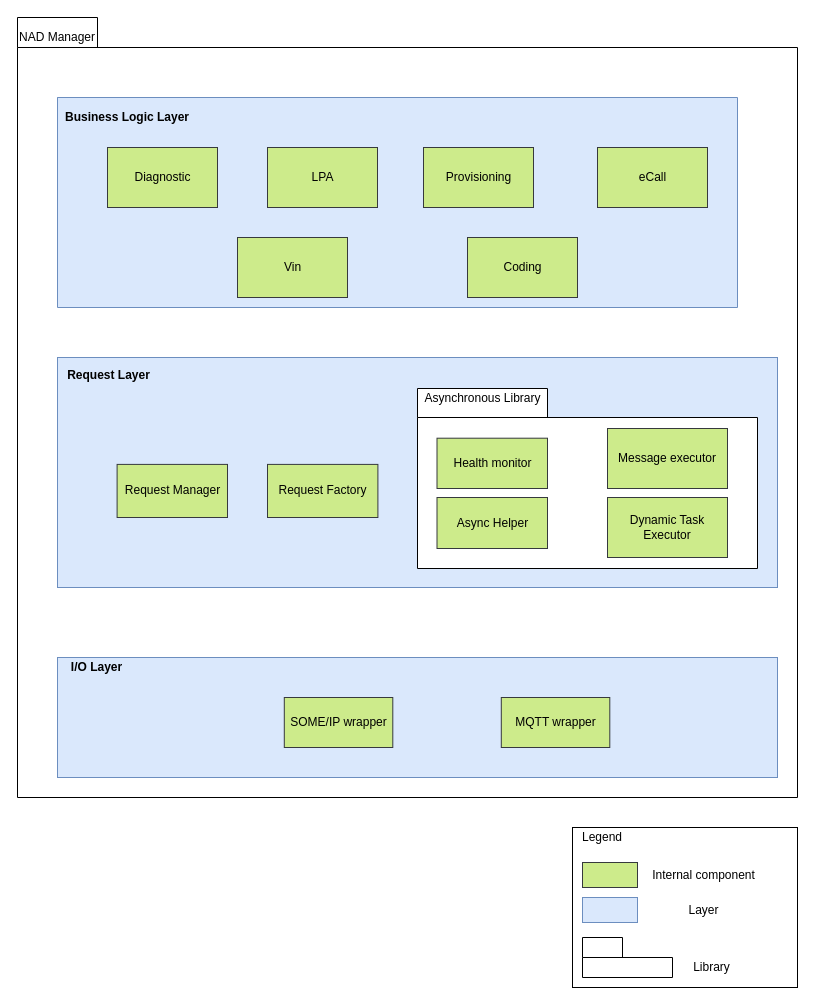
Above: page "static" (2 of 6) of doc/SA cert/Design/nadmanager.drawio in taikt/codefun (draw.io), before the change. Source tidied: cells renumbered, new cells numbered last; positions are measured from the earlier drawing's top-left corner, leaving out a move shared by most shapes. Both pictures are drawn from the tidied source at 100%, with x=0, y=0 at pixel (17, 17).
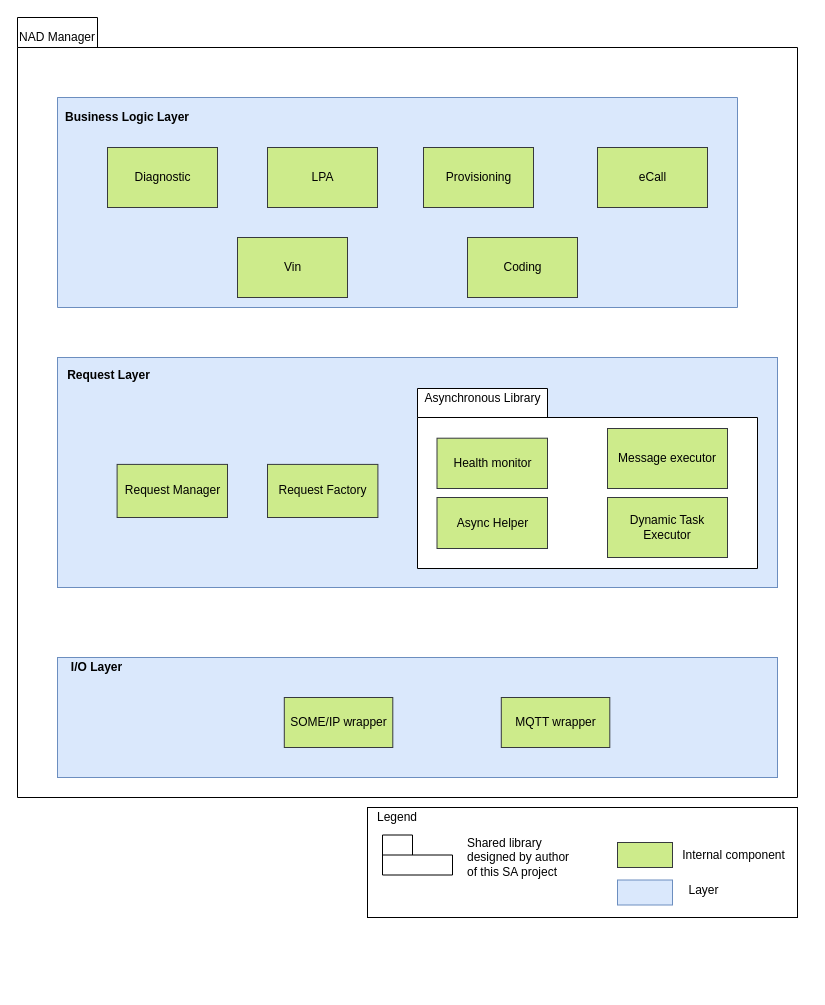
The same page after the edit.

Change to the diagram source:
```diff
@@
     <mxCell id="29" style="rounded=0;whiteSpace=wrap;html=1;" parent="1" vertex="1">
-      <mxGeometry x="555" y="810" width="225" height="160" as="geometry" />
+      <mxGeometry x="350" y="790" width="430" height="110" as="geometry" />
     </mxCell>
     <mxCell id="30" value="Legend" style="text;html=1;strokeColor=none;fillColor=none;align=center;verticalAlign=middle;whiteSpace=wrap;rounded=0;" parent="1" vertex="1">
-      <mxGeometry x="565" y="810" width="40" height="20" as="geometry" />
+      <mxGeometry x="360" y="790" width="40" height="20" as="geometry" />
     </mxCell>
     <mxCell id="31" style="html=1;fillColor=#cdeb8b;strokeColor=#36393d;" parent="1" vertex="1">
-      <mxGeometry x="565" y="845" width="55" height="25" as="geometry" />
+      <mxGeometry x="600" y="825" width="55" height="25" as="geometry" />
     </mxCell>
     <mxCell id="32" value="Internal component" style="text;html=1;strokeColor=none;fillColor=none;align=center;verticalAlign=middle;whiteSpace=wrap;rounded=0;" parent="1" vertex="1">
-      <mxGeometry x="630" y="847.5" width="112.5" height="20" as="geometry" />
+      <mxGeometry x="660" y="827.5" width="112.5" height="20" as="geometry" />
     </mxCell>
     <mxCell id="33" style="html=1;fillColor=#dae8fc;strokeColor=#6c8ebf;" parent="1" vertex="1">
-      <mxGeometry x="565" y="880" width="55" height="25" as="geometry" />
+      <mxGeometry x="600" y="862.5" width="55" height="25" as="geometry" />
     </mxCell>
     <mxCell id="34" value="Layer" style="text;html=1;strokeColor=none;fillColor=none;align=center;verticalAlign=middle;whiteSpace=wrap;rounded=0;" parent="1" vertex="1">
-      <mxGeometry x="630" y="882.5" width="112.5" height="20" as="geometry" />
+      <mxGeometry x="630" y="862.5" width="112.5" height="20" as="geometry" />
     </mxCell>
-    <mxCell id="35" style="shape=folder;fontStyle=1;tabWidth=40;tabHeight=20;tabPosition=left;html=1;boundedLbl=1;" parent="1" vertex="1">
-      <mxGeometry x="565" y="920" width="90" height="40" as="geometry" />
+    <mxCell id="35" style="shape=folder;fontStyle=1;tabWidth=30;tabHeight=20;tabPosition=left;html=1;boundedLbl=1;" parent="1" vertex="1">
+      <mxGeometry x="365" y="817.5" width="70" height="40" as="geometry" />
     </mxCell>
-    <mxCell id="36" value="Library" style="text;html=1;strokeColor=none;fillColor=none;align=center;verticalAlign=middle;whiteSpace=wrap;rounded=0;" parent="1" vertex="1">
-      <mxGeometry x="637.5" y="940" width="112.5" height="20" as="geometry" />
+    <mxCell id="36" value="Shared library designed by author of this SA project" style="text;html=1;strokeColor=none;fillColor=none;align=left;verticalAlign=middle;whiteSpace=wrap;rounded=0;" parent="1" vertex="1">
+      <mxGeometry x="447.5" y="830" width="112.5" height="20" as="geometry" />
     </mxCell>
```
